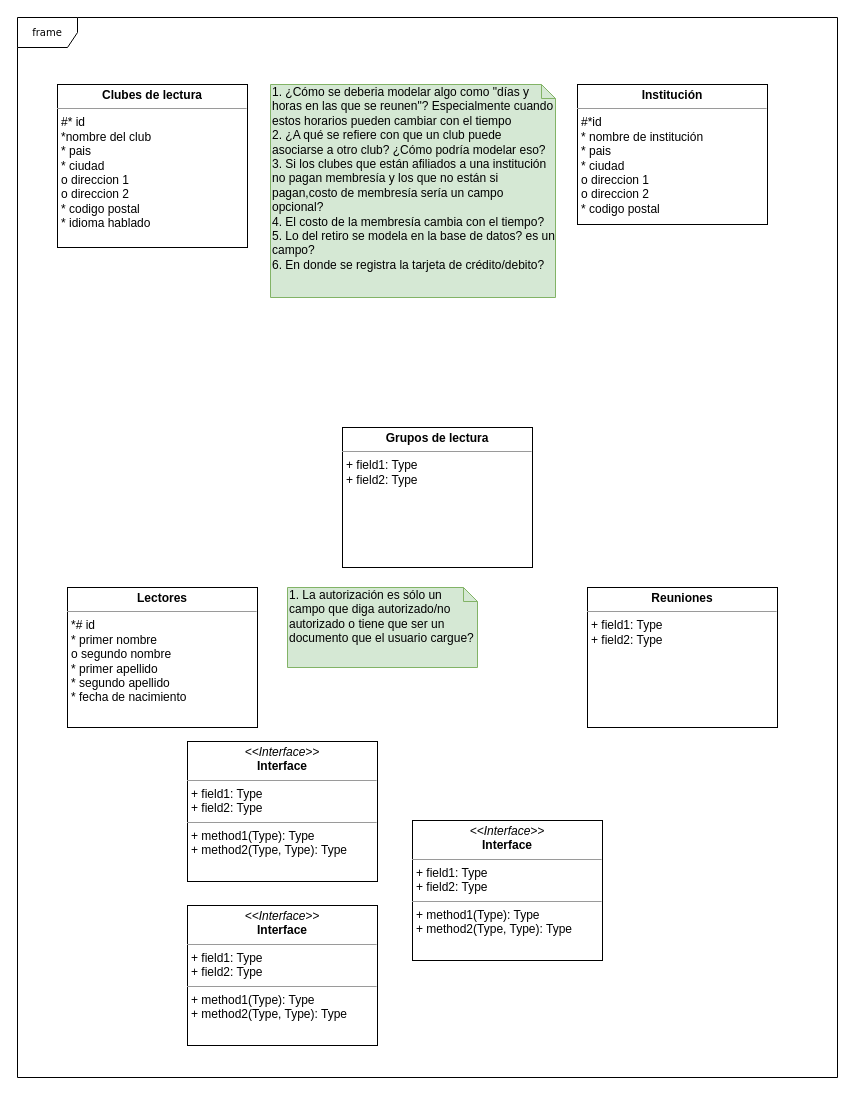
The draw.io diagram DB I/RC (Pseudo) Data structure.drawio in NeutronBlast/IS-Ex, before the edit. Source tidied: cells renumbered, new cells numbered last; positions are measured from the earlier drawing's top-left corner, leaving out a move shared by most shapes. Both pictures are drawn from the tidied source at 100%, with x=0, y=0 at pixel (17, 17).
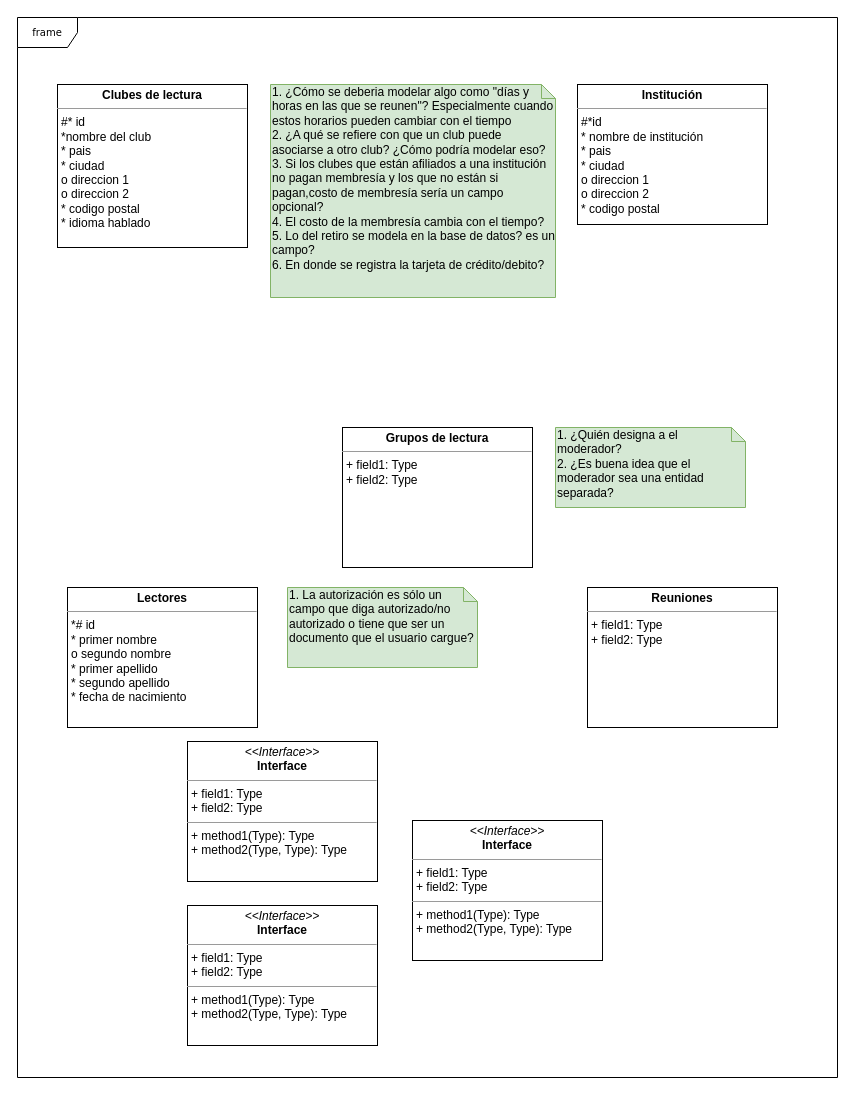
Above is the later version.

Diff of the diagram source:
```diff
@@
 <mxGraphModel background="#ffffff">
   <root>
     <mxCell id="0" />
     <mxCell id="1" parent="0" />
     <mxCell id="2" value="frame" style="shape=umlFrame;whiteSpace=wrap;html=1;rounded=0;shadow=0;comic=0;labelBackgroundColor=none;strokeColor=#000000;strokeWidth=1;fillColor=#ffffff;fontFamily=Verdana;fontSize=10;fontColor=#000000;align=center;" parent="1" vertex="1">
       <mxGeometry width="820" height="1060" as="geometry" />
     </mxCell>
     <mxCell id="3" value="&lt;p style=&quot;margin:0px;margin-top:4px;text-align:center;&quot;&gt;&lt;i&gt;&amp;lt;&amp;lt;Interface&amp;gt;&amp;gt;&lt;/i&gt;&lt;br/&gt;&lt;b&gt;Interface&lt;/b&gt;&lt;/p&gt;&lt;hr size=&quot;1&quot;/&gt;&lt;p style=&quot;margin:0px;margin-left:4px;&quot;&gt;+ field1: Type&lt;br/&gt;+ field2: Type&lt;/p&gt;&lt;hr size=&quot;1&quot;/&gt;&lt;p style=&quot;margin:0px;margin-left:4px;&quot;&gt;+ method1(Type): Type&lt;br/&gt;+ method2(Type, Type): Type&lt;/p&gt;" style="verticalAlign=top;align=left;overflow=fill;fontSize=12;fontFamily=Helvetica;html=1;rounded=0;shadow=0;comic=0;labelBackgroundColor=none;strokeColor=#000000;strokeWidth=1;fillColor=#ffffff;" parent="1" vertex="1">
       <mxGeometry x="395" y="803" width="190" height="140" as="geometry" />
     </mxCell>
     <mxCell id="4" value="&lt;p style=&quot;margin: 0px ; margin-top: 4px ; text-align: center&quot;&gt;&lt;b&gt;Institución&lt;/b&gt;&lt;/p&gt;&lt;hr size=&quot;1&quot;&gt;&lt;p style=&quot;margin: 0px ; margin-left: 4px&quot;&gt;#*id&amp;nbsp;&lt;/p&gt;&lt;p style=&quot;margin: 0px ; margin-left: 4px&quot;&gt;* nombre de institución&lt;/p&gt;&lt;p style=&quot;margin: 0px 0px 0px 4px&quot;&gt;* pais&lt;/p&gt;&lt;p style=&quot;margin: 0px 0px 0px 4px&quot;&gt;* ciudad&lt;/p&gt;&lt;p style=&quot;margin: 0px 0px 0px 4px&quot;&gt;o direccion 1&lt;/p&gt;&lt;p style=&quot;margin: 0px 0px 0px 4px&quot;&gt;o direccion 2&lt;/p&gt;&lt;p style=&quot;margin: 0px 0px 0px 4px&quot;&gt;* codigo postal&lt;/p&gt;" style="verticalAlign=top;align=left;overflow=fill;fontSize=12;fontFamily=Helvetica;html=1;rounded=0;shadow=0;comic=0;labelBackgroundColor=none;strokeColor=#000000;strokeWidth=1;fillColor=#ffffff;" parent="1" vertex="1">
       <mxGeometry x="560" y="67" width="190" height="140" as="geometry" />
     </mxCell>
     <mxCell id="5" value="&lt;p style=&quot;margin:0px;margin-top:4px;text-align:center;&quot;&gt;&lt;i&gt;&amp;lt;&amp;lt;Interface&amp;gt;&amp;gt;&lt;/i&gt;&lt;br/&gt;&lt;b&gt;Interface&lt;/b&gt;&lt;/p&gt;&lt;hr size=&quot;1&quot;/&gt;&lt;p style=&quot;margin:0px;margin-left:4px;&quot;&gt;+ field1: Type&lt;br/&gt;+ field2: Type&lt;/p&gt;&lt;hr size=&quot;1&quot;/&gt;&lt;p style=&quot;margin:0px;margin-left:4px;&quot;&gt;+ method1(Type): Type&lt;br/&gt;+ method2(Type, Type): Type&lt;/p&gt;" style="verticalAlign=top;align=left;overflow=fill;fontSize=12;fontFamily=Helvetica;html=1;rounded=0;shadow=0;comic=0;labelBackgroundColor=none;strokeColor=#000000;strokeWidth=1;fillColor=#ffffff;" parent="1" vertex="1">
       <mxGeometry x="170" y="888" width="190" height="140" as="geometry" />
     </mxCell>
     <mxCell id="6" value="&lt;p style=&quot;margin:0px;margin-top:4px;text-align:center;&quot;&gt;&lt;i&gt;&amp;lt;&amp;lt;Interface&amp;gt;&amp;gt;&lt;/i&gt;&lt;br/&gt;&lt;b&gt;Interface&lt;/b&gt;&lt;/p&gt;&lt;hr size=&quot;1&quot;/&gt;&lt;p style=&quot;margin:0px;margin-left:4px;&quot;&gt;+ field1: Type&lt;br/&gt;+ field2: Type&lt;/p&gt;&lt;hr size=&quot;1&quot;/&gt;&lt;p style=&quot;margin:0px;margin-left:4px;&quot;&gt;+ method1(Type): Type&lt;br/&gt;+ method2(Type, Type): Type&lt;/p&gt;" style="verticalAlign=top;align=left;overflow=fill;fontSize=12;fontFamily=Helvetica;html=1;rounded=0;shadow=0;comic=0;labelBackgroundColor=none;strokeColor=#000000;strokeWidth=1;fillColor=#ffffff;" parent="1" vertex="1">
       <mxGeometry x="170" y="724" width="190" height="140" as="geometry" />
     </mxCell>
     <mxCell id="7" value="&lt;p style=&quot;margin: 0px ; margin-top: 4px ; text-align: center&quot;&gt;&lt;b&gt;Reuniones&lt;/b&gt;&lt;/p&gt;&lt;hr size=&quot;1&quot;&gt;&lt;p style=&quot;margin: 0px ; margin-left: 4px&quot;&gt;+ field1: Type&lt;br&gt;+ field2: Type&lt;/p&gt;&lt;p style=&quot;margin: 0px ; margin-left: 4px&quot;&gt;&lt;br&gt;&lt;/p&gt;" style="verticalAlign=top;align=left;overflow=fill;fontSize=12;fontFamily=Helvetica;html=1;rounded=0;shadow=0;comic=0;labelBackgroundColor=none;strokeColor=#000000;strokeWidth=1;fillColor=#ffffff;" parent="1" vertex="1">
       <mxGeometry x="570" y="570" width="190" height="140" as="geometry" />
     </mxCell>
     <mxCell id="8" value="&lt;p style=&quot;margin: 0px ; margin-top: 4px ; text-align: center&quot;&gt;&lt;b&gt;Clubes de lectura&lt;/b&gt;&lt;/p&gt;&lt;hr size=&quot;1&quot;&gt;&lt;p style=&quot;margin: 0px ; margin-left: 4px&quot;&gt;#* id&lt;/p&gt;&lt;p style=&quot;margin: 0px ; margin-left: 4px&quot;&gt;*nombre del club&lt;/p&gt;&lt;p style=&quot;margin: 0px ; margin-left: 4px&quot;&gt;* pais&lt;/p&gt;&lt;p style=&quot;margin: 0px ; margin-left: 4px&quot;&gt;* ciudad&lt;/p&gt;&lt;p style=&quot;margin: 0px ; margin-left: 4px&quot;&gt;o direccion 1&lt;/p&gt;&lt;p style=&quot;margin: 0px ; margin-left: 4px&quot;&gt;o direccion 2&lt;/p&gt;&lt;p style=&quot;margin: 0px ; margin-left: 4px&quot;&gt;* codigo postal&lt;/p&gt;&lt;p style=&quot;margin: 0px ; margin-left: 4px&quot;&gt;* idioma hablado&lt;/p&gt;&lt;p style=&quot;margin: 0px ; margin-left: 4px&quot;&gt;&lt;br&gt;&lt;/p&gt;" style="verticalAlign=top;align=left;overflow=fill;fontSize=12;fontFamily=Helvetica;html=1;rounded=0;shadow=0;comic=0;labelBackgroundColor=none;strokeColor=#000000;strokeWidth=1;fillColor=#ffffff;" parent="1" vertex="1">
       <mxGeometry x="40" y="67" width="190" height="163" as="geometry" />
     </mxCell>
     <mxCell id="9" value="&lt;p style=&quot;margin: 0px ; margin-top: 4px ; text-align: center&quot;&gt;&lt;b&gt;Lectores&lt;/b&gt;&lt;/p&gt;&lt;hr size=&quot;1&quot;&gt;&lt;p style=&quot;margin: 0px ; margin-left: 4px&quot;&gt;*# id&lt;/p&gt;&lt;p style=&quot;margin: 0px ; margin-left: 4px&quot;&gt;* primer nombre&lt;/p&gt;&lt;p style=&quot;margin: 0px ; margin-left: 4px&quot;&gt;o segundo nombre&lt;/p&gt;&lt;p style=&quot;margin: 0px ; margin-left: 4px&quot;&gt;* primer apellido&lt;/p&gt;&lt;p style=&quot;margin: 0px ; margin-left: 4px&quot;&gt;* segundo apellido&lt;/p&gt;&lt;p style=&quot;margin: 0px ; margin-left: 4px&quot;&gt;* fecha de nacimiento&lt;/p&gt;&lt;p style=&quot;margin: 0px ; margin-left: 4px&quot;&gt;&lt;br&gt;&lt;/p&gt;" style="verticalAlign=top;align=left;overflow=fill;fontSize=12;fontFamily=Helvetica;html=1;rounded=0;shadow=0;comic=0;labelBackgroundColor=none;strokeColor=#000000;strokeWidth=1;fillColor=#ffffff;" parent="1" vertex="1">
       <mxGeometry x="50" y="570" width="190" height="140" as="geometry" />
     </mxCell>
     <mxCell id="10" value="&lt;p style=&quot;margin: 0px ; margin-top: 4px ; text-align: center&quot;&gt;&lt;b&gt;Grupos de lectura&lt;/b&gt;&lt;/p&gt;&lt;hr size=&quot;1&quot;&gt;&lt;p style=&quot;margin: 0px ; margin-left: 4px&quot;&gt;+ field1: Type&lt;br&gt;+ field2: Type&lt;/p&gt;" style="verticalAlign=top;align=left;overflow=fill;fontSize=12;fontFamily=Helvetica;html=1;rounded=0;shadow=0;comic=0;labelBackgroundColor=none;strokeColor=#000000;strokeWidth=1;fillColor=#ffffff;" parent="1" vertex="1">
       <mxGeometry x="325" y="410" width="190" height="140" as="geometry" />
     </mxCell>
     <mxCell id="11" value="1. ¿Cómo se deberia modelar algo como &quot;días y horas en las que se reunen&quot;? Especialmente cuando estos horarios pueden cambiar con el tiempo&lt;br&gt;2. ¿A qué se refiere con que un club puede asociarse a otro club? ¿Cómo podría modelar eso?&lt;br&gt;3. Si los clubes que están afiliados a una institución no pagan membresía y los que no están si pagan,costo de membresía sería un campo opcional?&lt;br&gt;4. El costo de la membresía cambia con el tiempo?&lt;br&gt;5. Lo del retiro se modela en la base de datos? es un campo?&lt;br&gt;6. En donde se registra la tarjeta de crédito/debito?" style="shape=note;whiteSpace=wrap;html=1;size=14;verticalAlign=top;align=left;spacingTop=-6;fillColor=#d5e8d4;strokeColor=#82b366;" parent="1" vertex="1">
       <mxGeometry x="253" y="67" width="285" height="213" as="geometry" />
     </mxCell>
     <mxCell id="12" value="1. La autorización es sólo un campo que diga autorizado/no autorizado o tiene que ser un documento que el usuario cargue?" style="shape=note;whiteSpace=wrap;html=1;size=14;verticalAlign=top;align=left;spacingTop=-6;fillColor=#d5e8d4;strokeColor=#82b366;" parent="1" vertex="1">
       <mxGeometry x="270" y="570" width="190" height="80" as="geometry" />
     </mxCell>
+    <mxCell id="13" value="1. ¿Quién designa a el moderador?&lt;br&gt;2. ¿Es buena idea que el moderador sea una entidad separada?" style="shape=note;whiteSpace=wrap;html=1;size=14;verticalAlign=top;align=left;spacingTop=-6;fillColor=#d5e8d4;strokeColor=#82b366;" parent="1" vertex="1">
+      <mxGeometry x="538" y="410" width="190" height="80" as="geometry" />
+    </mxCell>
   </root>
 </mxGraphModel>
```
